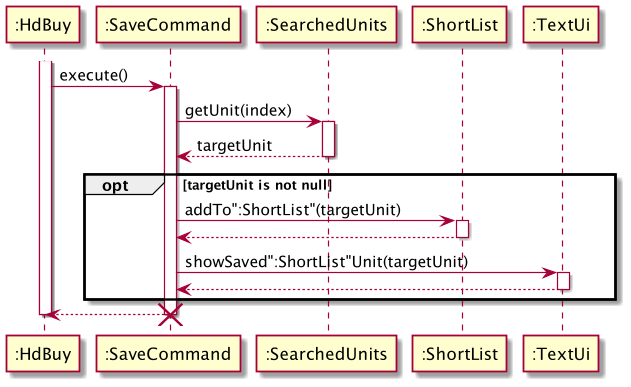
Before: docs/diagrams/SaveCommand.png, a diagram exported from PlantUML (nus-cs2113-AY2021S2/tp). The source it was exported from:
```plantuml
@startuml
activate ":HdBuy"
        ":HdBuy" -> ":SaveCommand": execute()
        activate ":SaveCommand"
        ":SaveCommand" -> ":SearchedUnits": getUnit(index)
        activate ":SearchedUnits"
        ":SearchedUnits" --> ":SaveCommand": targetUnit
        deactivate ":SearchedUnits"
        opt targetUnit is not null
            ":SaveCommand" -> ":ShortList": addTo":ShortList"(targetUnit)
            activate ":ShortList"
            ":SaveCommand" <-- ":ShortList"
            deactivate ":ShortList"
            ":SaveCommand" -> ":TextUi": showSaved":ShortList"Unit(targetUnit)
            activate ":TextUi"
            ":SaveCommand" <-- ":TextUi"
            deactivate ":TextUi"
        end
        ":HdBuy" <-- ":SaveCommand"
        destroy ":SaveCommand"
deactivate ":HdBuy"
@enduml
```
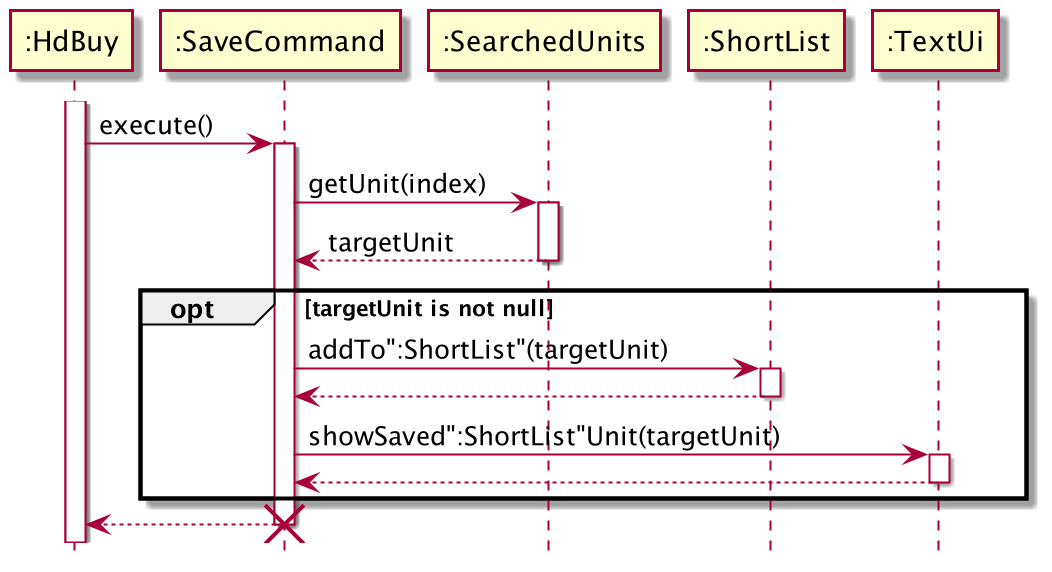
The same file after the commit.

The edit, as a diff of the source:
```diff
@@ -1,4 +1,5 @@
 @startuml
+hide footbox
 activate ":HdBuy"
         ":HdBuy" -> ":SaveCommand": execute()
         activate ":SaveCommand"
@@ -18,5 +19,4 @@
         end
         ":HdBuy" <-- ":SaveCommand"
         destroy ":SaveCommand"
-deactivate ":HdBuy"
 @enduml
```
